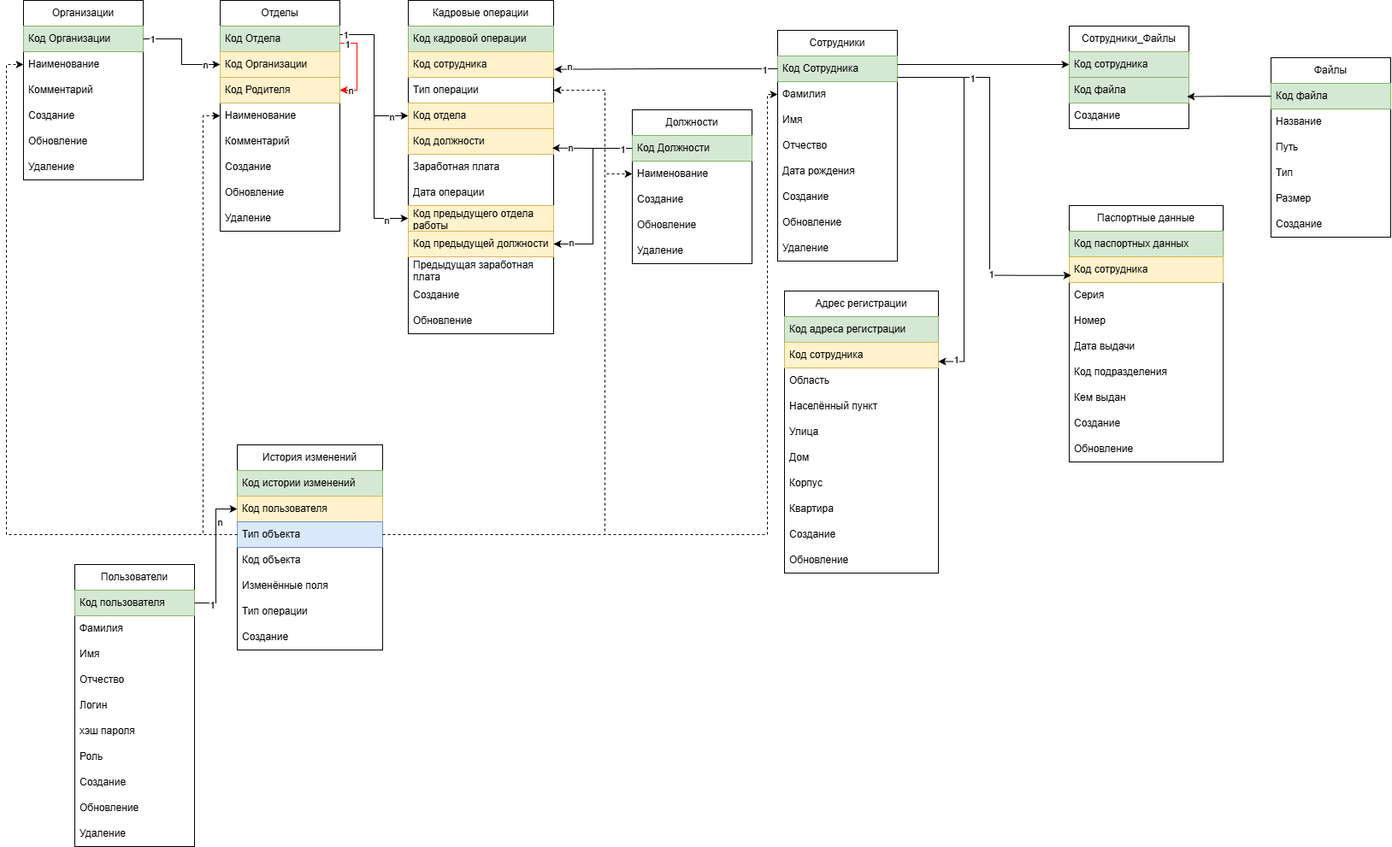
This is database_schema.png from Kseniya-YSTU-CES18-lab7/areal-hr_ext-test, a draw.io export, as it was before one commit. Source tidied: cells renumbered, new cells last; positions are measured from the earlier drawing's top-left corner, leaving out a move shared by most shapes.
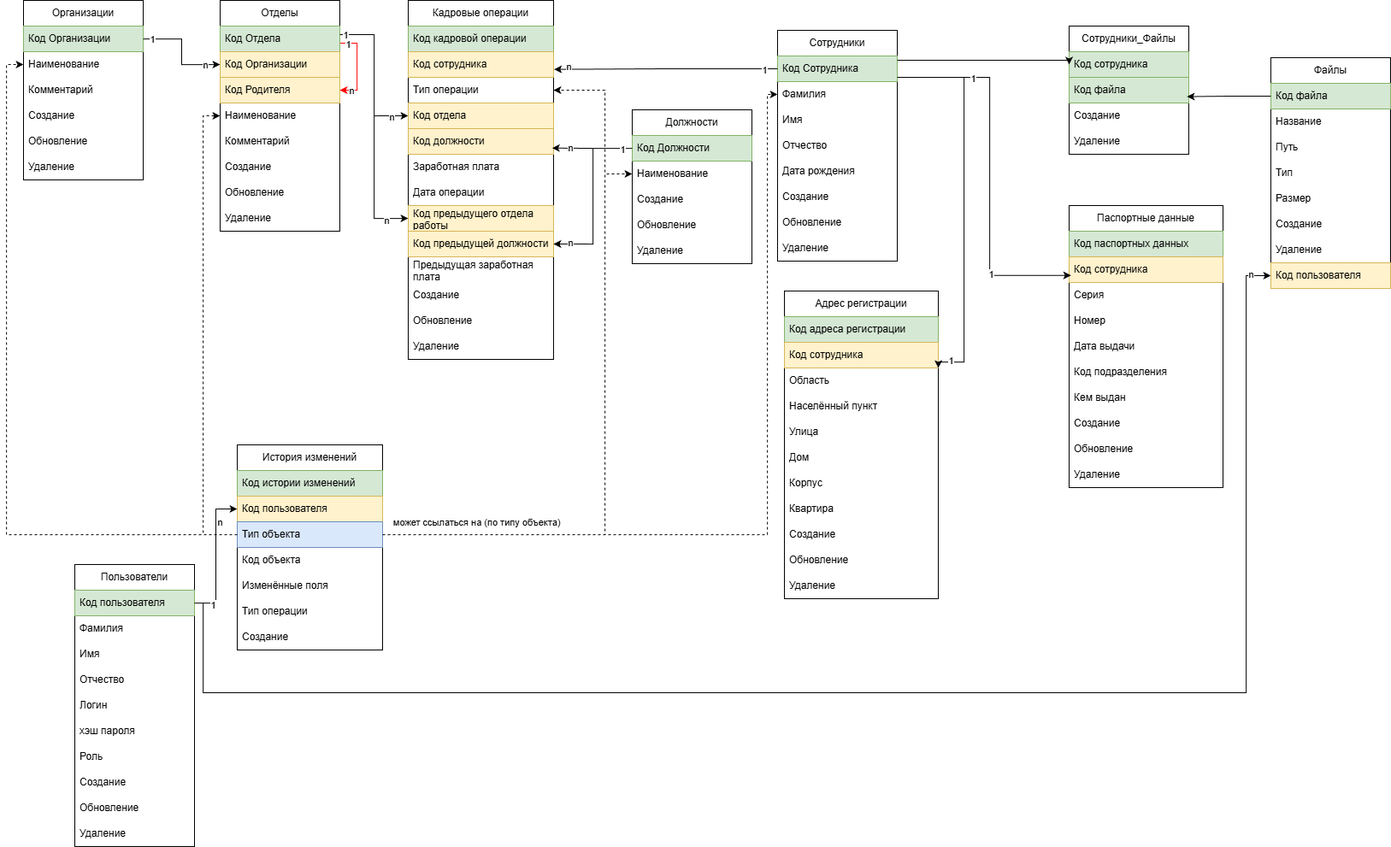
After the change.

Commit message:
функция (db): добавление схемы базы данных в 3NF

Diff of the diagram source:
```diff
@@ -112,7 +112,7 @@
       <mxGeometry y="240" width="140" height="30" as="geometry" />
     </mxCell>
     <mxCell id="36" value="Паспортные данные" style="swimlane;fontStyle=0;horizontal=1;startSize=30;whiteSpace=wrap;html=1;" parent="1" vertex="1">
-      <mxGeometry x="1223" y="240" width="180" height="300" as="geometry" />
+      <mxGeometry x="1223" y="240" width="180" height="330" as="geometry" />
     </mxCell>
     <mxCell id="37" value="Код паспортных данных" style="text;strokeColor=#82b366;fillColor=#d5e8d4;align=left;verticalAlign=middle;spacingLeft=4;spacingRight=4;overflow=hidden;whiteSpace=wrap;html=1;" parent="36" vertex="1">
       <mxGeometry y="30" width="180" height="30" as="geometry" />
@@ -141,8 +141,11 @@
     <mxCell id="45" value="Обновление" style="text;strokeColor=none;fillColor=none;align=left;verticalAlign=middle;spacingLeft=4;spacingRight=4;overflow=hidden;whiteSpace=wrap;html=1;" parent="36" vertex="1">
       <mxGeometry y="270" width="180" height="30" as="geometry" />
     </mxCell>
+    <mxCell id="131" value="Удаление" style="text;strokeColor=none;fillColor=none;align=left;verticalAlign=middle;spacingLeft=4;spacingRight=4;overflow=hidden;whiteSpace=wrap;html=1;" parent="36" vertex="1">
+      <mxGeometry y="300" width="180" height="30" as="geometry" />
+    </mxCell>
     <mxCell id="46" value="Адрес регистрации" style="swimlane;fontStyle=0;horizontal=1;startSize=30;whiteSpace=wrap;html=1;" parent="1" vertex="1">
-      <mxGeometry x="890" y="340" width="180" height="330" as="geometry" />
+      <mxGeometry x="890" y="340" width="180" height="360" as="geometry" />
     </mxCell>
     <mxCell id="47" value="Код адреса регистрации" style="text;strokeColor=#82b366;fillColor=#d5e8d4;align=left;verticalAlign=middle;spacingLeft=4;spacingRight=4;overflow=hidden;whiteSpace=wrap;html=1;" parent="46" vertex="1">
       <mxGeometry y="30" width="180" height="30" as="geometry" />
@@ -174,8 +177,11 @@
     <mxCell id="56" value="Обновление" style="text;strokeColor=none;fillColor=none;align=left;verticalAlign=middle;spacingLeft=4;spacingRight=4;overflow=hidden;whiteSpace=wrap;html=1;" parent="46" vertex="1">
       <mxGeometry y="300" width="180" height="30" as="geometry" />
     </mxCell>
+    <mxCell id="132" value="Удаление" style="text;strokeColor=none;fillColor=none;align=left;verticalAlign=middle;spacingLeft=4;spacingRight=4;overflow=hidden;whiteSpace=wrap;html=1;" parent="46" vertex="1">
+      <mxGeometry y="330" width="180" height="30" as="geometry" />
+    </mxCell>
     <mxCell id="57" value="Файлы" style="swimlane;fontStyle=0;horizontal=1;startSize=30;whiteSpace=wrap;html=1;" parent="1" vertex="1">
-      <mxGeometry x="1459" y="67" width="140" height="210" as="geometry" />
+      <mxGeometry x="1459" y="67" width="140" height="270" as="geometry" />
     </mxCell>
     <mxCell id="58" value="Код файла" style="text;strokeColor=#82b366;fillColor=#d5e8d4;align=left;verticalAlign=middle;spacingLeft=4;spacingRight=4;overflow=hidden;points=[[0,0.5],[1,0.5]];portConstraint=eastwest;whiteSpace=wrap;html=1;" parent="57" vertex="1">
       <mxGeometry y="30" width="140" height="30" as="geometry" />
@@ -195,8 +201,14 @@
     <mxCell id="63" value="Создание" style="text;strokeColor=none;fillColor=none;align=left;verticalAlign=middle;spacingLeft=4;spacingRight=4;overflow=hidden;whiteSpace=wrap;html=1;" parent="57" vertex="1">
       <mxGeometry y="180" width="140" height="30" as="geometry" />
     </mxCell>
+    <mxCell id="133" value="Удаление" style="text;strokeColor=none;fillColor=none;align=left;verticalAlign=middle;spacingLeft=4;spacingRight=4;overflow=hidden;whiteSpace=wrap;html=1;" parent="57" vertex="1">
+      <mxGeometry y="210" width="140" height="30" as="geometry" />
+    </mxCell>
+    <mxCell id="134" value="Код пользователя" style="text;strokeColor=#d6b656;fillColor=#fff2cc;align=left;verticalAlign=middle;spacingLeft=4;spacingRight=4;overflow=hidden;points=[[0,0.5],[1,0.5]];portConstraint=eastwest;whiteSpace=wrap;html=1;" parent="57" vertex="1">
+      <mxGeometry y="240" width="140" height="30" as="geometry" />
+    </mxCell>
     <mxCell id="64" value="Сотрудники_Файлы" style="swimlane;fontStyle=0;horizontal=1;startSize=30;whiteSpace=wrap;html=1;" parent="1" vertex="1">
-      <mxGeometry x="1223" y="30" width="140" height="120" as="geometry" />
+      <mxGeometry x="1223" y="30" width="140" height="150" as="geometry" />
     </mxCell>
     <mxCell id="65" value="Код сотрудника" style="text;strokeColor=#82b366;fillColor=#d5e8d4;align=left;verticalAlign=middle;spacingLeft=4;spacingRight=4;overflow=hidden;points=[[0,0.5],[1,0.5]];portConstraint=eastwest;whiteSpace=wrap;html=1;" parent="64" vertex="1">
       <mxGeometry y="30" width="140" height="30" as="geometry" />
@@ -207,8 +219,11 @@
     <mxCell id="67" value="Создание" style="text;strokeColor=none;fillColor=none;align=left;verticalAlign=middle;spacingLeft=4;spacingRight=4;overflow=hidden;whiteSpace=wrap;html=1;" parent="64" vertex="1">
       <mxGeometry y="90" width="140" height="30" as="geometry" />
     </mxCell>
+    <mxCell id="135" value="Удаление" style="text;strokeColor=none;fillColor=none;align=left;verticalAlign=middle;spacingLeft=4;spacingRight=4;overflow=hidden;whiteSpace=wrap;html=1;" parent="64" vertex="1">
+      <mxGeometry y="120" width="140" height="30" as="geometry" />
+    </mxCell>
     <mxCell id="68" value="Кадровые операции" style="swimlane;fontStyle=0;horizontal=1;startSize=30;whiteSpace=wrap;html=1;" parent="1" vertex="1">
-      <mxGeometry x="450" width="170" height="390" as="geometry" />
+      <mxGeometry x="450" width="170" height="420" as="geometry" />
     </mxCell>
     <mxCell id="69" value="Код кадровой операции" style="text;strokeColor=#82b366;fillColor=#d5e8d4;align=left;verticalAlign=middle;spacingLeft=4;spacingRight=4;overflow=hidden;whiteSpace=wrap;html=1;" parent="68" vertex="1">
       <mxGeometry y="30" width="170" height="30" as="geometry" />
@@ -246,6 +261,9 @@
     <mxCell id="80" value="Обновление" style="text;strokeColor=none;fillColor=none;align=left;verticalAlign=middle;spacingLeft=4;spacingRight=4;overflow=hidden;whiteSpace=wrap;html=1;" parent="68" vertex="1">
       <mxGeometry y="360" width="170" height="30" as="geometry" />
     </mxCell>
+    <mxCell id="136" value="Удаление" style="text;strokeColor=none;fillColor=none;align=left;verticalAlign=middle;spacingLeft=4;spacingRight=4;overflow=hidden;whiteSpace=wrap;html=1;" parent="68" vertex="1">
+      <mxGeometry y="390" width="170" height="30" as="geometry" />
+    </mxCell>
     <mxCell id="81" value="История изменений" style="swimlane;fontStyle=0;horizontal=1;startSize=30;whiteSpace=wrap;html=1;" parent="1" vertex="1">
       <mxGeometry x="250" y="520" width="170" height="240" as="geometry" />
     </mxCell>
@@ -403,8 +421,8 @@
     <mxCell id="121" style="edgeStyle=orthogonalEdgeStyle;rounded=0;jettySize=auto;html=1;entryX=0;entryY=0.5;entryDx=0;entryDy=0;" parent="1" edge="1" source="28" target="65">
       <mxGeometry relative="1" as="geometry">
         <Array as="points">
-          <mxPoint x="1120" y="75" />
-          <mxPoint x="1120" y="75" />
+          <mxPoint x="1190" y="70" />
+          <mxPoint x="1190" y="70" />
         </Array>
       </mxGeometry>
     </mxCell>
@@ -454,5 +472,23 @@
         </Array>
       </mxGeometry>
     </mxCell>
+    <mxCell id="137" value="может ссылаться на (по типу объекта)" style="edgeLabel;align=center;verticalAlign=middle;" parent="130" vertex="1">
+      <mxGeometry x="-0.81" y="2" relative="1" as="geometry">
+        <mxPoint x="30" y="-13" as="offset" />
+      </mxGeometry>
+    </mxCell>
+    <mxCell id="138" style="edgeStyle=orthogonalEdgeStyle;rounded=0;jettySize=auto;html=1;entryX=0;entryY=0.5;entryDx=0;entryDy=0;" parent="1" edge="1" source="90" target="134">
+      <mxGeometry relative="1" as="geometry">
+        <Array as="points">
+          <mxPoint x="210" y="705" />
+          <mxPoint x="210" y="810" />
+          <mxPoint x="1430" y="810" />
+          <mxPoint x="1430" y="322" />
+        </Array>
+      </mxGeometry>
+    </mxCell>
+    <mxCell id="139" value="n" style="edgeLabel;html=1;align=center;verticalAlign=middle;" parent="138" vertex="1">
+      <mxGeometry x="0.97" y="2" relative="1" as="geometry" />
+    </mxCell>
   </root>
 </mxGraphModel>
```
